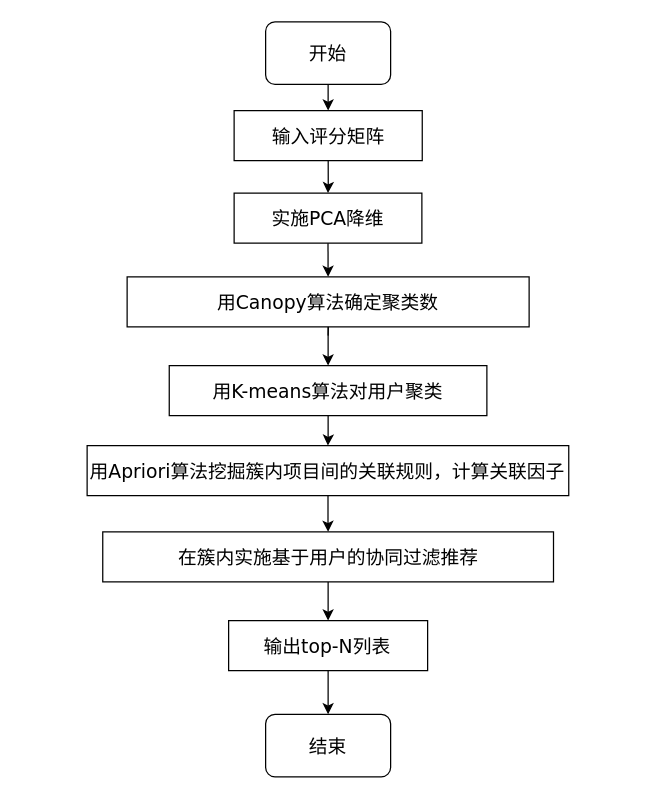
This is picture/DCF算法流程图.drawio from QAQ5685150/diagrams, a draw.io file, before an edit. Source tidied: cells renumbered, new cells numbered last; positions are measured from the earlier drawing's top-left corner, leaving out a move shared by most shapes. Both pictures are drawn from the tidied source at 125%, with x=0, y=0 at pixel (86, 21).
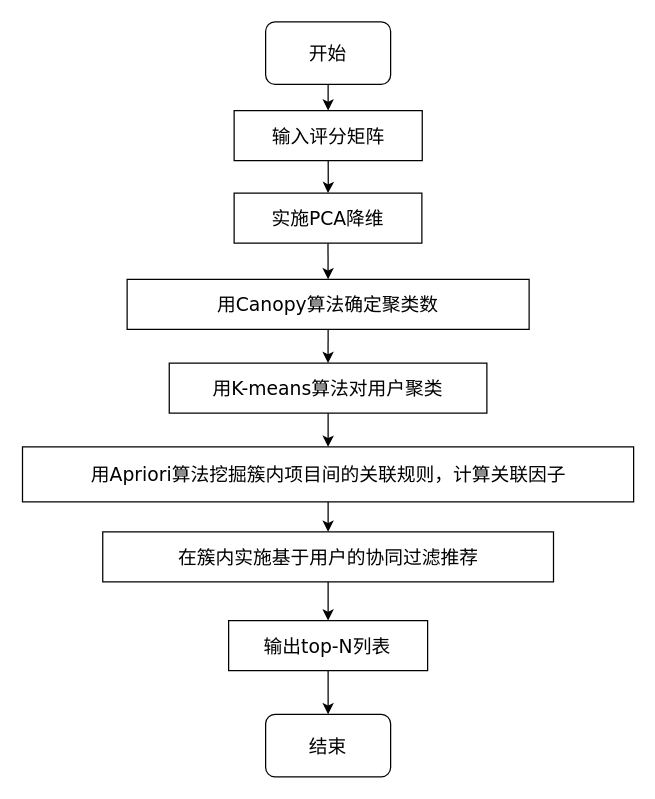
The same diagram, later.

Commit message:
更新DCF算法流程图.drawio

What changed in the source:
```diff
@@
-    <mxCell id="8" style="edgeStyle=orthogonalEdgeStyle;rounded=0;jettySize=auto;html=1;fontFamily=Verdana;fontSize=15;fontStyle=0;spacing=2;" parent="1" edge="1" target="10">
-      <mxGeometry relative="1" as="geometry">
-        <mxPoint x="193" y="251" as="sourcePoint" />
-      </mxGeometry>
-    </mxCell>
-    <mxCell id="9" style="edgeStyle=orthogonalEdgeStyle;rounded=0;jettySize=auto;html=1;fontFamily=Verdana;fontSize=15;fontStyle=0;spacing=2;" parent="1" edge="1" source="10" target="17">
+    <mxCell id="9" style="edgeStyle=orthogonalEdgeStyle;rounded=0;jettySize=auto;html=1;exitX=0.5;exitY=1;exitDx=0;exitDy=0;entryX=0.5;entryY=0;entryDx=0;entryDy=0;" parent="1" edge="1" source="10" target="17">
       <mxGeometry relative="1" as="geometry" />
     </mxCell>
     <mxCell id="10" value="用Canopy算法确定聚类数" style="rounded=0;whiteSpace=wrap;html=1;fontFamily=Verdana;fontSize=15;fontStyle=0;spacing=2;" parent="1" vertex="1">
-      <mxGeometry x="32.2" y="204" width="321.6" height="40" as="geometry" />
+      <mxGeometry x="32.2" y="206" width="321.6" height="40" as="geometry" />
     </mxCell>
@@
     <mxCell id="12" value="用Apriori算法挖掘簇内项目间的关联规则，计算关联因子" style="rounded=0;whiteSpace=wrap;html=1;fontFamily=Verdana;fontSize=15;fontStyle=0;spacing=2;" parent="1" vertex="1">
-      <mxGeometry x="0.2" y="339" width="385.3" height="40" as="geometry" />
+      <mxGeometry x="-51.5" y="340" width="488.9" height="44" as="geometry" />
     </mxCell>
@@
     <mxCell id="17" value="用K-means算法对用户聚类" style="rounded=0;whiteSpace=wrap;html=1;fontFamily=Verdana;fontSize=15;fontStyle=0;spacing=2;" parent="1" vertex="1">
-      <mxGeometry x="65.9" y="275" width="254.1" height="40" as="geometry" />
+      <mxGeometry x="65.9" y="273" width="254.1" height="40" as="geometry" />
     </mxCell>
```
